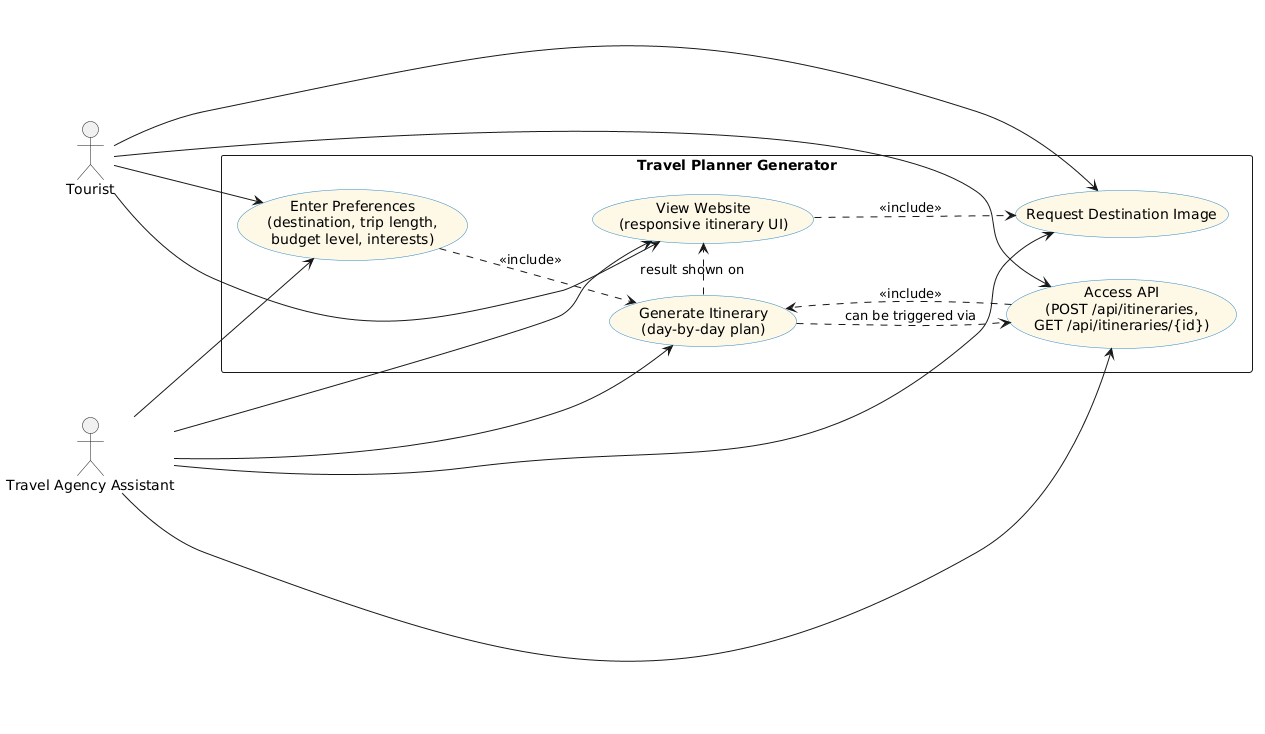
Above: Task2/uml/use_case_diagram.png in EasonYang0618/travel-planner-generator (PlantUML), before the change.
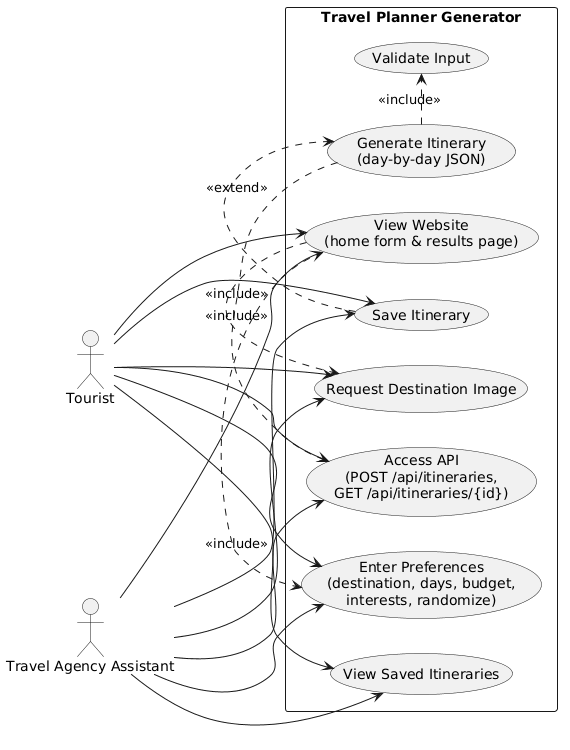
The same file after the commit.

The edit, as a diff of the source:
```diff
@@ -1,36 +1,38 @@
 @startuml
 left to right direction
-skinparam usecase {
-  BackgroundColor #FEF9E7
-  BorderColor #2E86C1
+skinparam packageStyle rectangle
+
+actor Tourist
+actor "Travel Agency Assistant" as Assistant
+
+rectangle "Travel Planner Generator" {
+  usecase "View Website\n(home form & results page)" as UC_ViewWebsite
+  usecase "Enter Preferences\n(destination, days, budget,\ninterests, randomize)" as UC_EnterPrefs
+  usecase "Validate Input" as UC_Validate
+  usecase "Generate Itinerary\n(day-by-day JSON)" as UC_Generate
+  usecase "Access API\n(POST /api/itineraries,\nGET /api/itineraries/{id})" as UC_API
+  usecase "Request Destination Image" as UC_RequestImage
+  usecase "Save Itinerary" as UC_Save
+  usecase "View Saved Itineraries" as UC_ViewSaved
 }
 
-actor Tourist
-actor "Travel Agency Assistant" as Agent
+Tourist --> UC_ViewWebsite
+Tourist --> UC_EnterPrefs
+Tourist --> UC_RequestImage
+Tourist --> UC_API
+Tourist --> UC_Save
+Tourist --> UC_ViewSaved
 
-rectangle "Travel Planner Generator" {
-  usecase UC_Preferences as "Enter Preferences\n(destination, trip length,\nbudget level, interests)"
-  usecase UC_Generate as "Generate Itinerary\n(day-by-day plan)"
-  usecase UC_View as "View Website\n(responsive itinerary UI)"
-  usecase UC_Image as "Request Destination Image"
-  usecase UC_API as "Access API\n(POST /api/itineraries,\nGET /api/itineraries/{id})"
-}
+Assistant --> UC_ViewWebsite
+Assistant --> UC_EnterPrefs
+Assistant --> UC_API
+Assistant --> UC_RequestImage
+Assistant --> UC_Save
+Assistant --> UC_ViewSaved
 
-Tourist --> UC_Preferences
-Tourist --> UC_View
-Tourist --> UC_Image
-Tourist --> UC_API
-
-Agent --> UC_Preferences
-Agent --> UC_Generate
-Agent --> UC_View
-Agent --> UC_API
-Agent --> UC_Image
-
-UC_Preferences ..> UC_Generate : <<include>>
-UC_API ..> UC_Generate : <<include>>
-UC_View ..> UC_Image : <<include>>
-
-UC_Generate .> UC_View : result shown on
-UC_Generate .> UC_API : can be triggered via
+UC_ViewWebsite .> UC_EnterPrefs : <<include>>
+UC_Generate .> UC_Validate : <<include>>
+UC_Generate .> UC_API : <<include>>
+UC_ViewWebsite .> UC_RequestImage : <<include>>
+UC_Save .> UC_Generate : <<extend>>
 @enduml
```
